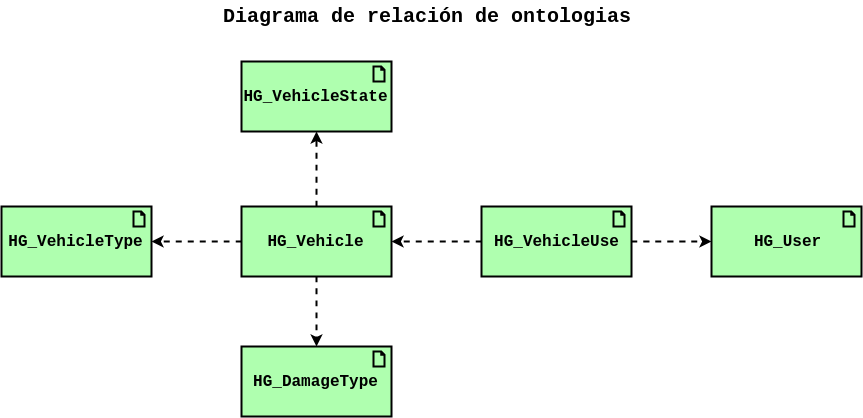
This is recursos/diagrama_ontologia.png from onesaitplatform/onesaitplatform-revolution-hungercode, a draw.io export, as it was before one commit. Source tidied: cells renumbered, new cells last; positions are measured from the earlier drawing's top-left corner, leaving out a move shared by most shapes. The source it was exported from:
```xml
<mxGraphModel>
  <root>
    <mxCell id="0" />
    <mxCell id="1" parent="0" />
    <mxCell id="2" value="&lt;font face=&quot;Courier New&quot; size=&quot;1&quot;&gt;&lt;b style=&quot;font-size: 16px&quot;&gt;HG_User&lt;/b&gt;&lt;/font&gt;" style="html=1;outlineConnect=0;whiteSpace=wrap;fillColor=#AFFFAF;strokeColor=#000000;shape=mxgraph.archimate3.application;appType=artifact;archiType=square;strokeWidth=2;" parent="1" vertex="1">
      <mxGeometry x="710" y="200" width="150" height="70" as="geometry" />
    </mxCell>
    <mxCell id="3" style="edgeStyle=orthogonalEdgeStyle;rounded=0;jettySize=auto;html=1;strokeWidth=2;curved=1;dashed=1;" parent="1" edge="1" source="6" target="7">
      <mxGeometry relative="1" as="geometry" />
    </mxCell>
    <mxCell id="4" style="edgeStyle=orthogonalEdgeStyle;rounded=0;jettySize=auto;html=1;strokeWidth=2;curved=1;dashed=1;" parent="1" edge="1" source="6" target="8">
      <mxGeometry relative="1" as="geometry" />
    </mxCell>
    <mxCell id="5" style="edgeStyle=orthogonalEdgeStyle;rounded=0;jettySize=auto;html=1;strokeWidth=2;curved=1;dashed=1;" parent="1" edge="1" source="6" target="9">
      <mxGeometry relative="1" as="geometry" />
    </mxCell>
    <mxCell id="6" value="&lt;font face=&quot;Courier New&quot; size=&quot;1&quot;&gt;&lt;b style=&quot;font-size: 16px&quot;&gt;HG_Vehicle&lt;/b&gt;&lt;/font&gt;" style="html=1;outlineConnect=0;whiteSpace=wrap;fillColor=#AFFFAF;strokeColor=#000000;shape=mxgraph.archimate3.application;appType=artifact;archiType=square;strokeWidth=2;" parent="1" vertex="1">
      <mxGeometry x="240" y="200" width="150" height="70" as="geometry" />
    </mxCell>
    <mxCell id="7" value="&lt;font face=&quot;Courier New&quot; size=&quot;1&quot;&gt;&lt;b style=&quot;font-size: 16px&quot;&gt;HG_VehicleState&lt;/b&gt;&lt;/font&gt;" style="html=1;outlineConnect=0;whiteSpace=wrap;fillColor=#AFFFAF;strokeColor=#000000;shape=mxgraph.archimate3.application;appType=artifact;archiType=square;strokeWidth=2;" parent="1" vertex="1">
      <mxGeometry x="240" y="55" width="150" height="70" as="geometry" />
    </mxCell>
    <mxCell id="8" value="&lt;font face=&quot;Courier New&quot; size=&quot;1&quot;&gt;&lt;b style=&quot;font-size: 16px&quot;&gt;HG_VehicleType&lt;br&gt;&lt;/b&gt;&lt;/font&gt;" style="html=1;outlineConnect=0;whiteSpace=wrap;fillColor=#AFFFAF;strokeColor=#000000;shape=mxgraph.archimate3.application;appType=artifact;archiType=square;strokeWidth=2;" parent="1" vertex="1">
      <mxGeometry y="200" width="150" height="70" as="geometry" />
    </mxCell>
    <mxCell id="9" value="&lt;font face=&quot;Courier New&quot; size=&quot;1&quot;&gt;&lt;b style=&quot;font-size: 16px&quot;&gt;HG_DamageType&lt;/b&gt;&lt;/font&gt;" style="html=1;outlineConnect=0;whiteSpace=wrap;fillColor=#AFFFAF;strokeColor=#000000;shape=mxgraph.archimate3.application;appType=artifact;archiType=square;strokeWidth=2;" parent="1" vertex="1">
      <mxGeometry x="240" y="340" width="150" height="70" as="geometry" />
    </mxCell>
    <mxCell id="10" style="edgeStyle=orthogonalEdgeStyle;curved=1;rounded=0;jettySize=auto;html=1;strokeWidth=2;dashed=1;" parent="1" edge="1" source="12" target="2">
      <mxGeometry relative="1" as="geometry" />
    </mxCell>
    <mxCell id="11" style="edgeStyle=orthogonalEdgeStyle;curved=1;rounded=0;jettySize=auto;html=1;strokeWidth=2;dashed=1;" parent="1" edge="1" source="12" target="6">
      <mxGeometry relative="1" as="geometry" />
    </mxCell>
    <mxCell id="12" value="&lt;font face=&quot;Courier New&quot; size=&quot;1&quot;&gt;&lt;b style=&quot;font-size: 16px&quot;&gt;HG_VehicleUse&lt;/b&gt;&lt;/font&gt;" style="html=1;outlineConnect=0;whiteSpace=wrap;fillColor=#AFFFAF;strokeColor=#000000;shape=mxgraph.archimate3.application;appType=artifact;archiType=square;strokeWidth=2;" parent="1" vertex="1">
      <mxGeometry x="480" y="200" width="150" height="70" as="geometry" />
    </mxCell>
    <mxCell id="13" value="&lt;font size=&quot;1&quot; face=&quot;Courier New&quot;&gt;&lt;b style=&quot;font-size: 20px&quot;&gt;Diagrama de relación de ontologias&lt;/b&gt;&lt;/font&gt;" style="text;html=1;strokeColor=none;fillColor=none;align=center;verticalAlign=middle;whiteSpace=wrap;rounded=0;strokeWidth=12;" parent="1" vertex="1">
      <mxGeometry x="210" width="430" height="20" as="geometry" />
    </mxCell>
  </root>
</mxGraphModel>
```
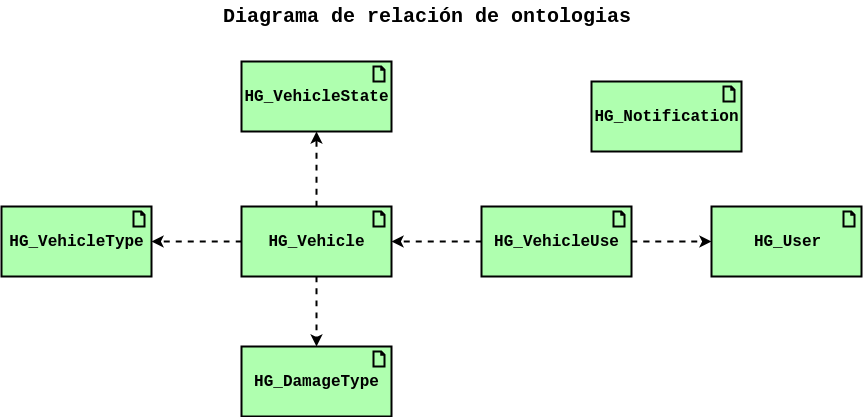
Above is the later version.

Commit message:
Documentacion de ontologia

What changed in the source:
```diff
@@ -38,5 +38,8 @@
     <mxCell id="13" value="&lt;font size=&quot;1&quot; face=&quot;Courier New&quot;&gt;&lt;b style=&quot;font-size: 20px&quot;&gt;Diagrama de relación de ontologias&lt;/b&gt;&lt;/font&gt;" style="text;html=1;strokeColor=none;fillColor=none;align=center;verticalAlign=middle;whiteSpace=wrap;rounded=0;strokeWidth=12;" parent="1" vertex="1">
       <mxGeometry x="210" width="430" height="20" as="geometry" />
     </mxCell>
+    <mxCell id="14" value="&lt;font face=&quot;Courier New&quot; size=&quot;1&quot;&gt;&lt;b style=&quot;font-size: 16px&quot;&gt;HG_Notification&lt;/b&gt;&lt;/font&gt;" style="html=1;whiteSpace=wrap;fillColor=#AFFFAF;strokeColor=#000000;shape=mxgraph.archimate3.application;appType=artifact;archiType=square;strokeWidth=2;" parent="1" vertex="1">
+      <mxGeometry x="590" y="75" width="150" height="70" as="geometry" />
+    </mxCell>
   </root>
 </mxGraphModel>
```
